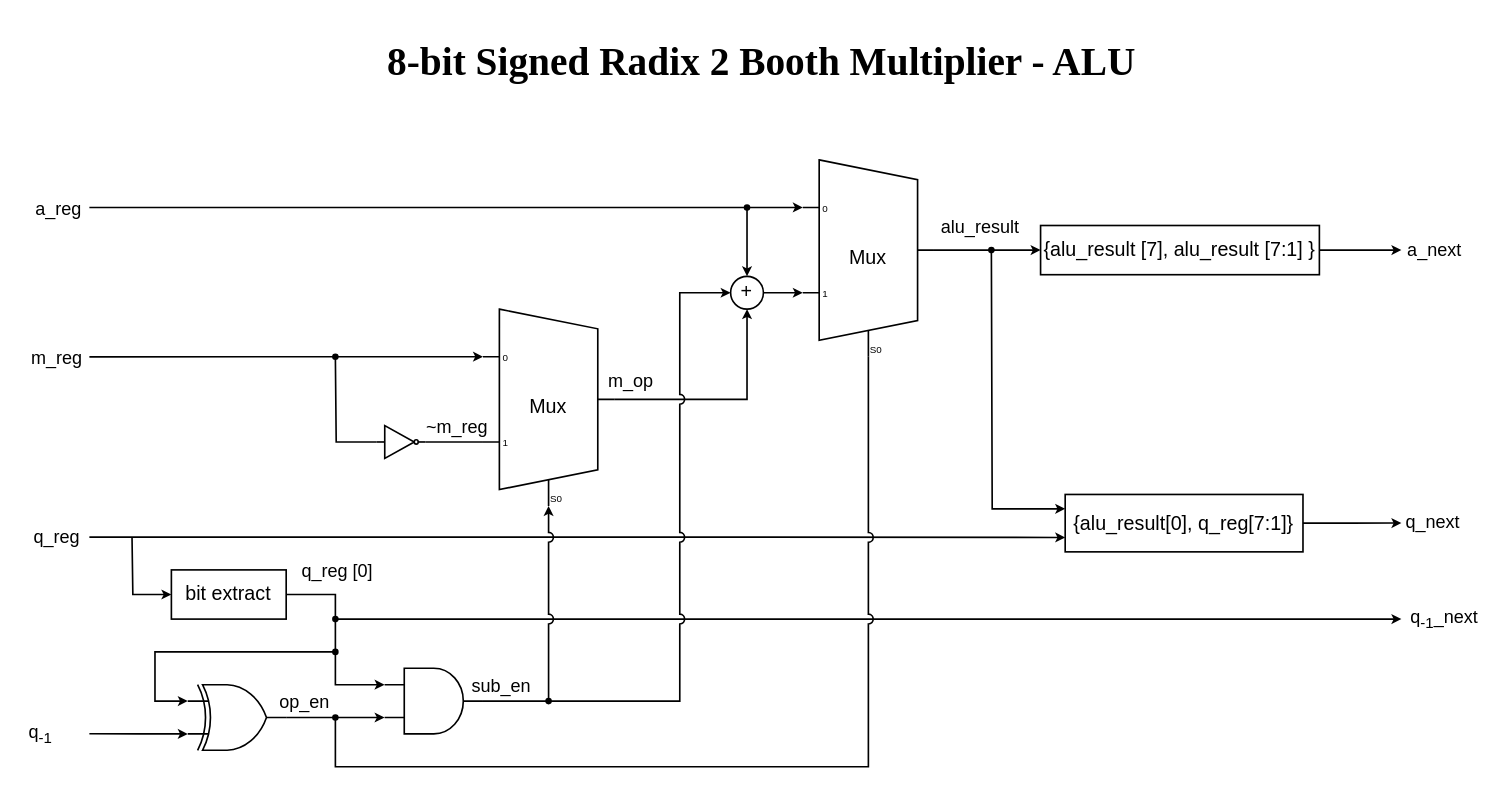
AbdurRahman020/MEDS keeps this draw.io diagram as page "ALU" (3 of 3) of radix2-booth-multiplier/docs/booth_algorithm.drawio. Above is the earlier version. Source tidied: cells renumbered, new cells numbered last; positions are measured from the earlier drawing's top-left corner, leaving out a move shared by most shapes. Both pictures are drawn from the tidied source at 164%, with x=0, y=0 at pixel (89, 28).
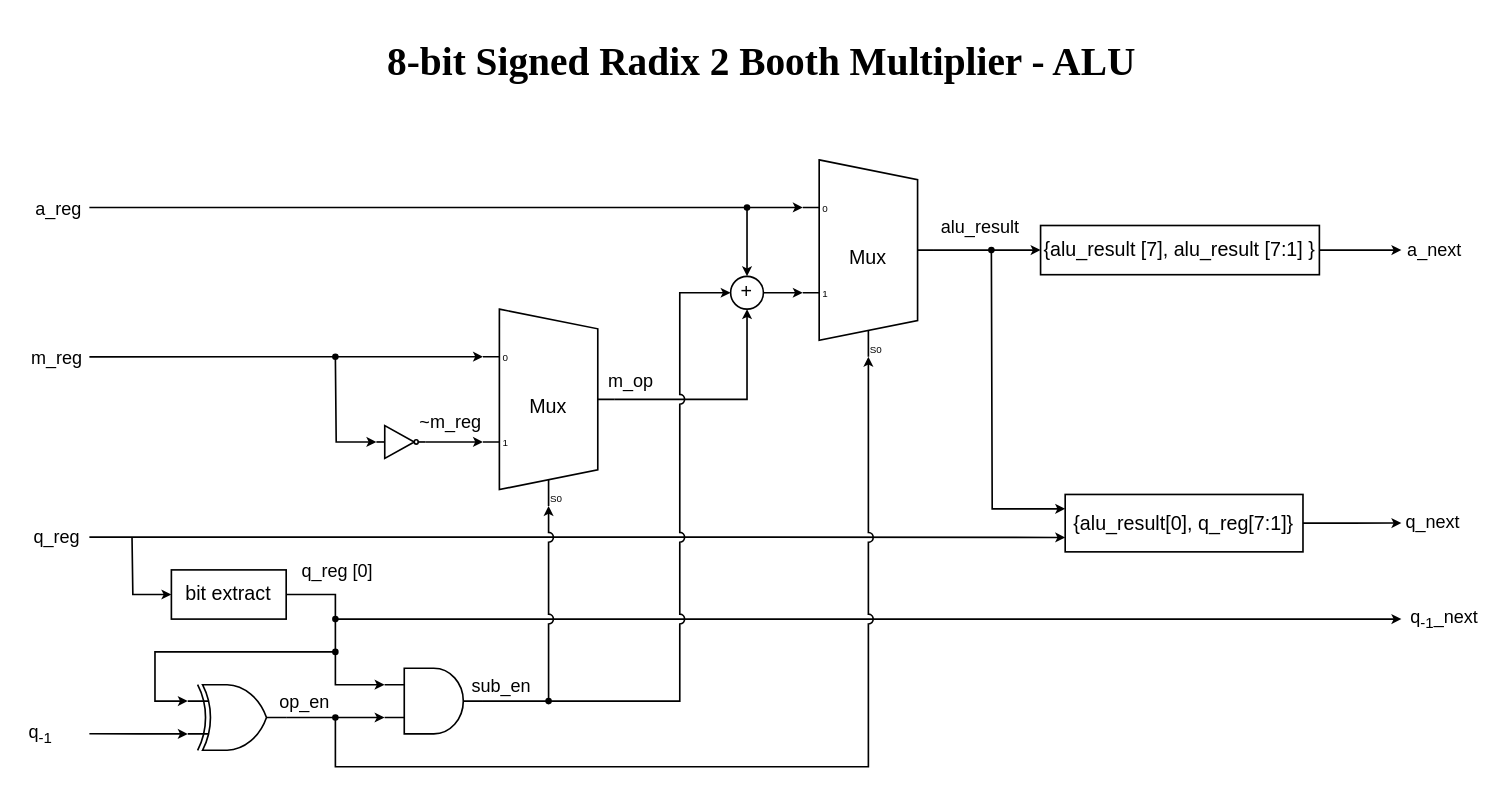
After the change.

The change refers to these unchanged cells:
```xml
<mxCell id="12" value="Mux" style="shadow=0;dashed=0;align=center;html=1;strokeWidth=1;shape=mxgraph.electrical.abstract.mux2;whiteSpace=wrap;" parent="1" vertex="1">
  <mxGeometry x="240" y="171" width="80" height="120" as="geometry" />
</mxCell>
<mxCell id="14" style="verticalLabelPosition=bottom;shadow=0;dashed=0;align=center;html=1;verticalAlign=top;shape=mxgraph.electrical.logic_gates.inverter_2;" parent="1" vertex="1">
  <mxGeometry x="175" y="242" width="30" height="20" as="geometry" />
</mxCell>
<mxCell id="22" value="Mux" style="shadow=0;dashed=0;align=center;html=1;strokeWidth=1;shape=mxgraph.electrical.abstract.mux2;whiteSpace=wrap;" parent="1" vertex="1">
  <mxGeometry x="435" y="80" width="80" height="120" as="geometry" />
</mxCell>
```

What changed in the source:
```diff
@@
-    <mxCell id="13" style="edgeStyle=orthogonalEdgeStyle;rounded=0;jettySize=auto;html=1;exitX=0;exitY=0.5;exitDx=0;exitDy=0;exitPerimeter=0;endArrow=oval;endFill=1;endSize=3;" parent="1" edge="1" source="14">
+    <mxCell id="13" style="edgeStyle=orthogonalEdgeStyle;rounded=0;jettySize=auto;html=1;exitX=0;exitY=0.5;exitDx=0;exitDy=0;exitPerimeter=0;endArrow=oval;endFill=1;endSize=3;startArrow=classic;startFill=1;startSize=3;" parent="1" edge="1" source="14">
       <mxGeometry relative="1" as="geometry">
         <mxPoint x="150" y="200" as="targetPoint" />
       </mxGeometry>
     </mxCell>
@@
-    <mxCell id="15" style="edgeStyle=orthogonalEdgeStyle;rounded=0;jettySize=auto;html=1;exitX=0;exitY=0.65;exitDx=0;exitDy=3;exitPerimeter=0;entryX=1;entryY=0.5;entryDx=0;entryDy=0;entryPerimeter=0;endArrow=none;endFill=0;" parent="1" edge="1" source="12" target="14">
+    <mxCell id="15" style="edgeStyle=orthogonalEdgeStyle;rounded=0;jettySize=auto;html=1;exitX=0;exitY=0.65;exitDx=0;exitDy=3;exitPerimeter=0;entryX=1;entryY=0.5;entryDx=0;entryDy=0;entryPerimeter=0;endArrow=none;endFill=0;startArrow=classic;startFill=1;startSize=3;" parent="1" edge="1" source="12" target="14">
       <mxGeometry relative="1" as="geometry" />
     </mxCell>
     <mxCell id="16" value="~m_reg" style="edgeLabel;html=1;align=center;verticalAlign=middle;" parent="15" vertex="1">
       <mxGeometry x="0.15" y="-1" relative="1" as="geometry">
-        <mxPoint x="3" y="-9" as="offset" />
+        <mxPoint x="-1" y="-12" as="offset" />
       </mxGeometry>
     </mxCell>
@@
-    <mxCell id="36" style="edgeStyle=orthogonalEdgeStyle;rounded=0;jettySize=auto;html=1;exitX=0.375;exitY=1;exitDx=10;exitDy=0;exitPerimeter=0;endSize=3;endArrow=oval;endFill=1;jumpStyle=arc;" parent="1" edge="1" source="22">
+    <mxCell id="36" style="edgeStyle=orthogonalEdgeStyle;rounded=0;jettySize=auto;html=1;exitX=0.375;exitY=1;exitDx=10;exitDy=0;exitPerimeter=0;endSize=3;endArrow=oval;endFill=1;jumpStyle=arc;startArrow=classic;startFill=1;startSize=3;" parent="1" edge="1" source="22">
       <mxGeometry relative="1" as="geometry">
         <mxPoint x="150" y="420" as="targetPoint" />
         <Array as="points">
           <mxPoint x="475" y="450" />
           <mxPoint x="150" y="450" />
         </Array>
       </mxGeometry>
     </mxCell>
```
